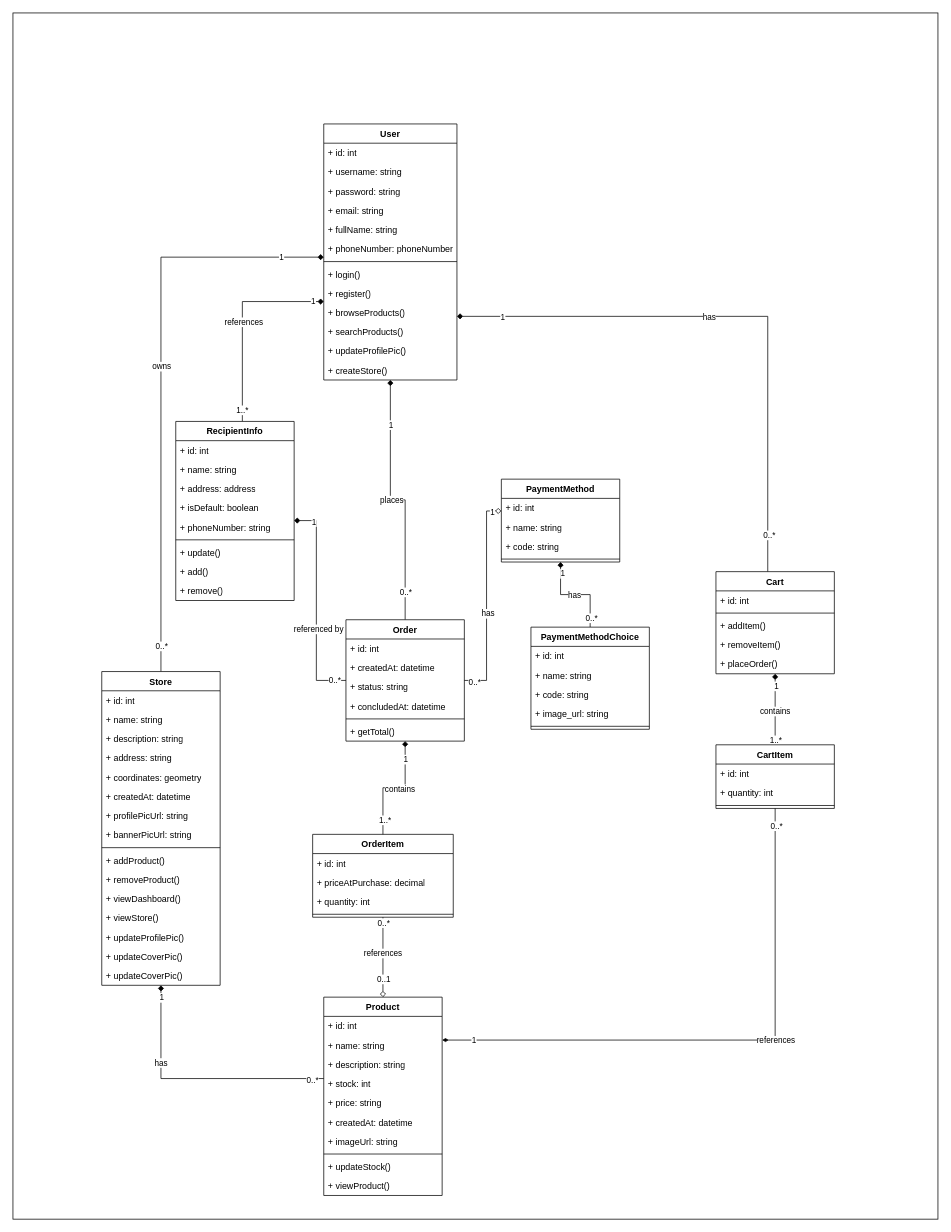
Above: page "Class Diagram (General INC)" (1 of 4) of diagrams/e-commerce-class-diagram.drawio in RHILIUS/E-Commerce-Docs (draw.io), before the change. Source tidied: cells renumbered, new cells numbered last; positions are measured from the earlier drawing's top-left corner, leaving out a move shared by most shapes. Both pictures are drawn from the tidied source at 74%, with x=0, y=0 at pixel (13, 13).
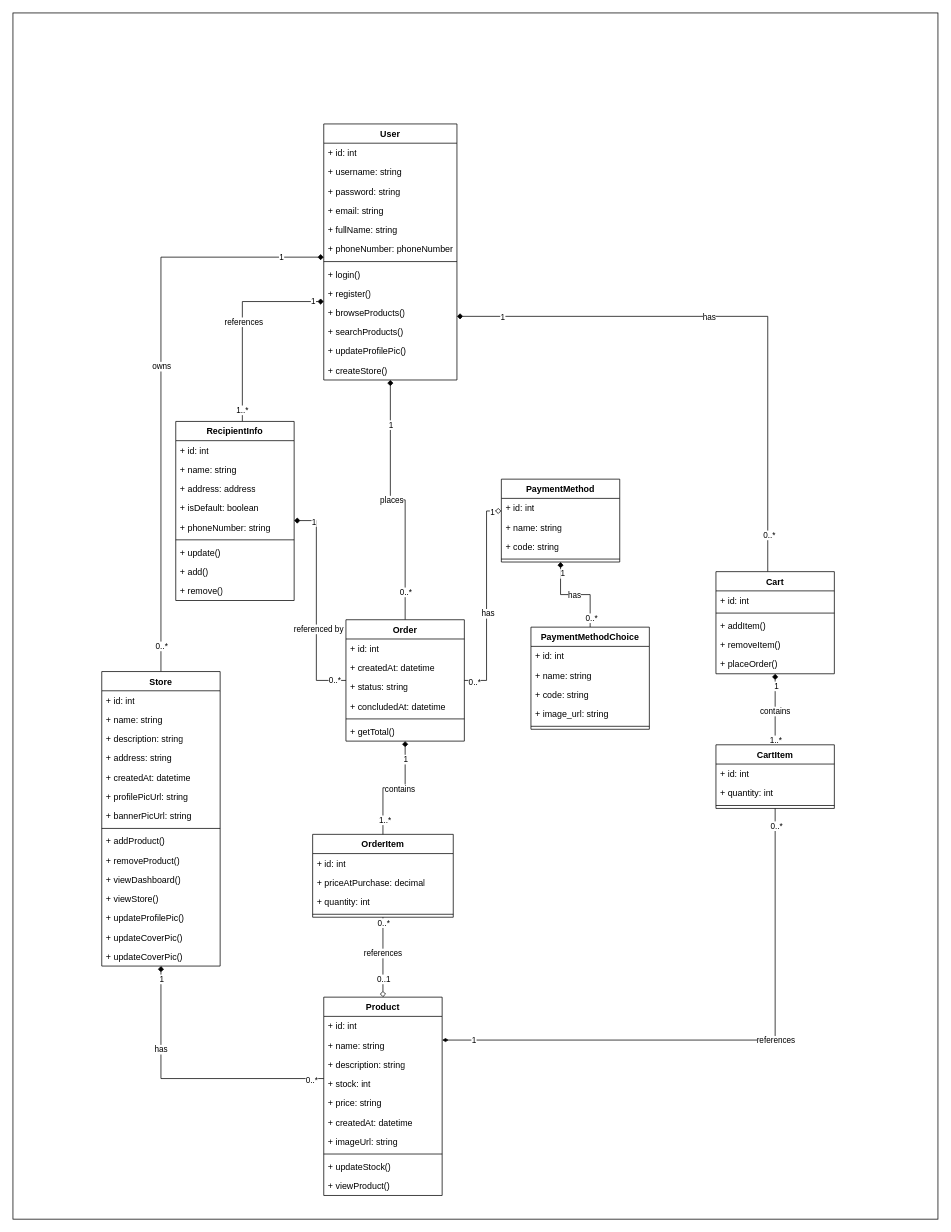
After the change.

Change to the diagram source:
```diff
@@
     <mxCell id="90" value="Store" style="swimlane;fontStyle=1;align=center;verticalAlign=top;horizontal=1;startSize=26;whiteSpace=wrap;html=1;" parent="1" vertex="1">
-      <mxGeometry x="120" y="890" width="160" height="424" as="geometry" />
+      <mxGeometry x="120" y="890" width="160" height="398" as="geometry" />
     </mxCell>
@@
-    <mxCell id="95" value="+ coordinates: geometry" style="text;strokeColor=none;fillColor=none;align=left;verticalAlign=top;spacingLeft=4;spacingRight=4;overflow=hidden;whiteSpace=wrap;html=1;" parent="90" vertex="1">
-      <mxGeometry y="130" width="160" height="26" as="geometry" />
-    </mxCell>
     <mxCell id="96" value="+ createdAt: datetime" style="text;strokeColor=none;fillColor=none;align=left;verticalAlign=top;spacingLeft=4;spacingRight=4;overflow=hidden;whiteSpace=wrap;html=1;" parent="90" vertex="1">
-      <mxGeometry y="156" width="160" height="26" as="geometry" />
+      <mxGeometry y="130" width="160" height="26" as="geometry" />
     </mxCell>
     <mxCell id="97" value="+ profilePicUrl: string" style="text;strokeColor=none;fillColor=none;align=left;verticalAlign=top;spacingLeft=4;spacingRight=4;overflow=hidden;whiteSpace=wrap;html=1;" parent="90" vertex="1">
-      <mxGeometry y="182" width="160" height="26" as="geometry" />
+      <mxGeometry y="156" width="160" height="26" as="geometry" />
     </mxCell>
     <mxCell id="98" value="+ bannerPicUrl: string" style="text;strokeColor=none;fillColor=none;align=left;verticalAlign=top;spacingLeft=4;spacingRight=4;overflow=hidden;whiteSpace=wrap;html=1;" parent="90" vertex="1">
-      <mxGeometry y="208" width="160" height="26" as="geometry" />
+      <mxGeometry y="182" width="160" height="26" as="geometry" />
     </mxCell>
     <mxCell id="99" style="line;strokeWidth=1;fillColor=none;align=left;verticalAlign=middle;spacingTop=-1;spacingLeft=3;spacingRight=3;labelPosition=right;strokeColor=inherit;" parent="90" vertex="1">
-      <mxGeometry y="234" width="160" height="8" as="geometry" />
+      <mxGeometry y="208" width="160" height="8" as="geometry" />
     </mxCell>
     <mxCell id="100" value="+ addProduct()" style="text;strokeColor=none;fillColor=none;align=left;verticalAlign=top;spacingLeft=4;spacingRight=4;overflow=hidden;whiteSpace=wrap;html=1;" parent="90" vertex="1">
-      <mxGeometry y="242" width="160" height="26" as="geometry" />
+      <mxGeometry y="216" width="160" height="26" as="geometry" />
     </mxCell>
     <mxCell id="101" value="+ removeProduct()" style="text;strokeColor=none;fillColor=none;align=left;verticalAlign=top;spacingLeft=4;spacingRight=4;overflow=hidden;whiteSpace=wrap;html=1;" parent="90" vertex="1">
-      <mxGeometry y="268" width="160" height="26" as="geometry" />
+      <mxGeometry y="242" width="160" height="26" as="geometry" />
     </mxCell>
     <mxCell id="102" value="+ viewDashboard()" style="text;strokeColor=none;fillColor=none;align=left;verticalAlign=top;spacingLeft=4;spacingRight=4;overflow=hidden;whiteSpace=wrap;html=1;" parent="90" vertex="1">
-      <mxGeometry y="294" width="160" height="26" as="geometry" />
+      <mxGeometry y="268" width="160" height="26" as="geometry" />
     </mxCell>
     <mxCell id="103" value="+ viewStore()" style="text;strokeColor=none;fillColor=none;align=left;verticalAlign=top;spacingLeft=4;spacingRight=4;overflow=hidden;whiteSpace=wrap;html=1;" parent="90" vertex="1">
-      <mxGeometry y="320" width="160" height="26" as="geometry" />
+      <mxGeometry y="294" width="160" height="26" as="geometry" />
     </mxCell>
     <mxCell id="104" value="+ updateProfilePic()" style="text;strokeColor=none;fillColor=none;align=left;verticalAlign=top;spacingLeft=4;spacingRight=4;overflow=hidden;whiteSpace=wrap;html=1;" parent="90" vertex="1">
-      <mxGeometry y="346" width="160" height="26" as="geometry" />
+      <mxGeometry y="320" width="160" height="26" as="geometry" />
     </mxCell>
     <mxCell id="105" value="+ updateCoverPic()" style="text;strokeColor=none;fillColor=none;align=left;verticalAlign=top;spacingLeft=4;spacingRight=4;overflow=hidden;whiteSpace=wrap;html=1;" parent="90" vertex="1">
-      <mxGeometry y="372" width="160" height="26" as="geometry" />
+      <mxGeometry y="346" width="160" height="26" as="geometry" />
     </mxCell>
     <mxCell id="106" value="+ updateCoverPic()" style="text;strokeColor=none;fillColor=none;align=left;verticalAlign=top;spacingLeft=4;spacingRight=4;overflow=hidden;whiteSpace=wrap;html=1;" parent="90" vertex="1">
-      <mxGeometry y="398" width="160" height="26" as="geometry" />
+      <mxGeometry y="372" width="160" height="26" as="geometry" />
     </mxCell>
```
